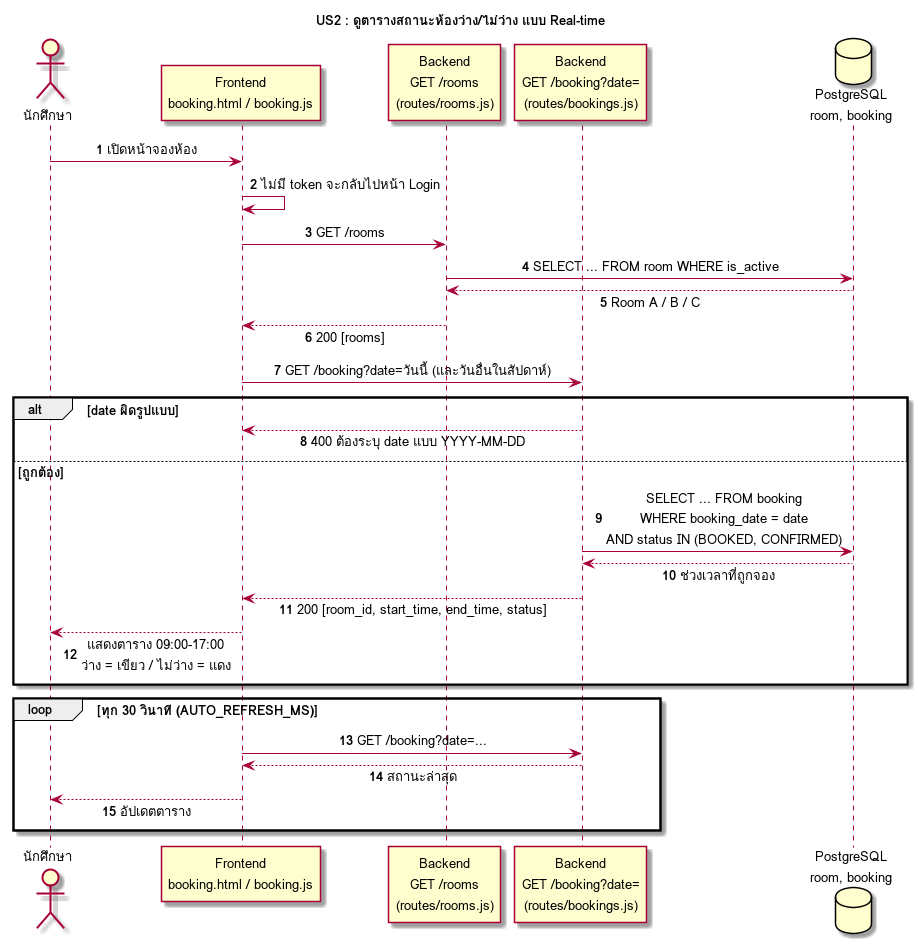
niairi/cs261_650001_group8 keeps this PlantUML diagram as docs/design/sequence/US2-view-table.png. Above is the earlier version. Its source is kept beside it as docs/design/sequence/US2-view-table.puml.
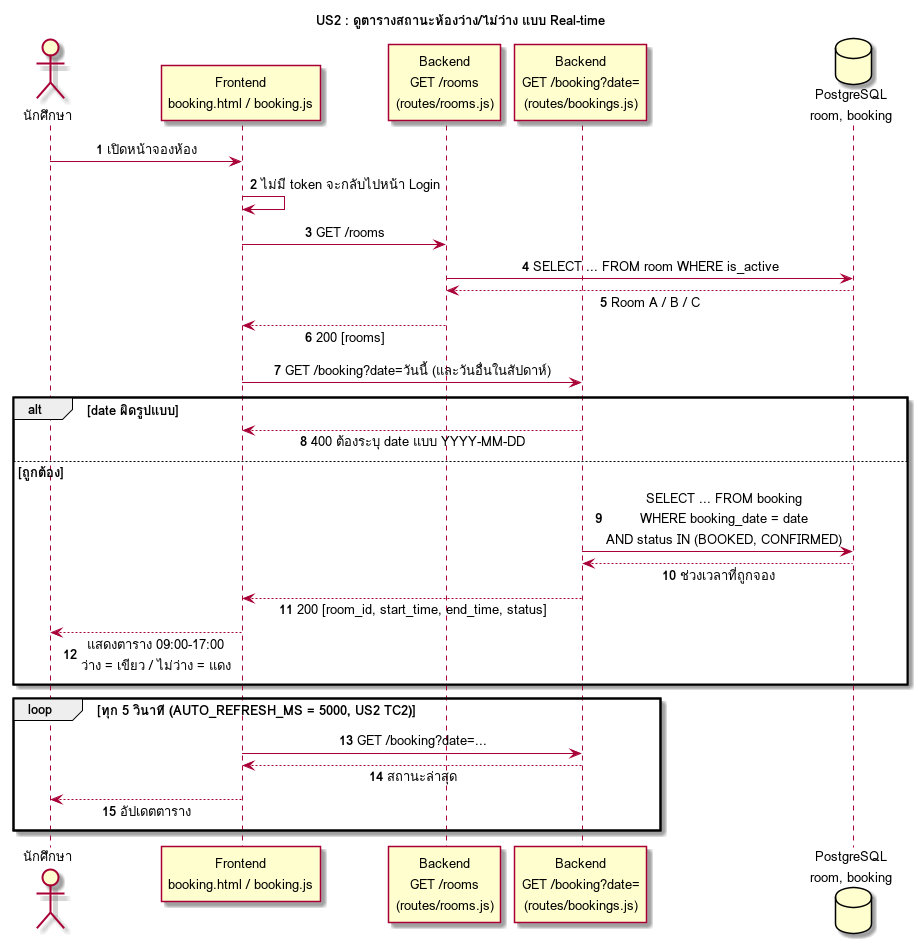
The same diagram one commit later.

The edit, as a diff of the source:
```diff
@@ -26,7 +26,7 @@
   RB --> FE : 200 [room_id, start_time, end_time, status]
   FE --> U : แสดงตาราง 09:00–17:00\nว่าง = เขียว / ไม่ว่าง = แดง
 end
-loop ทุก 30 วินาที (AUTO_REFRESH_MS)
+loop ทุก 5 วินาที (AUTO_REFRESH_MS = 5000, US2 TC2)
   FE -> RB : GET /booking?date=...
   RB --> FE : สถานะล่าสุด
   FE --> U : อัปเดตตาราง
```
